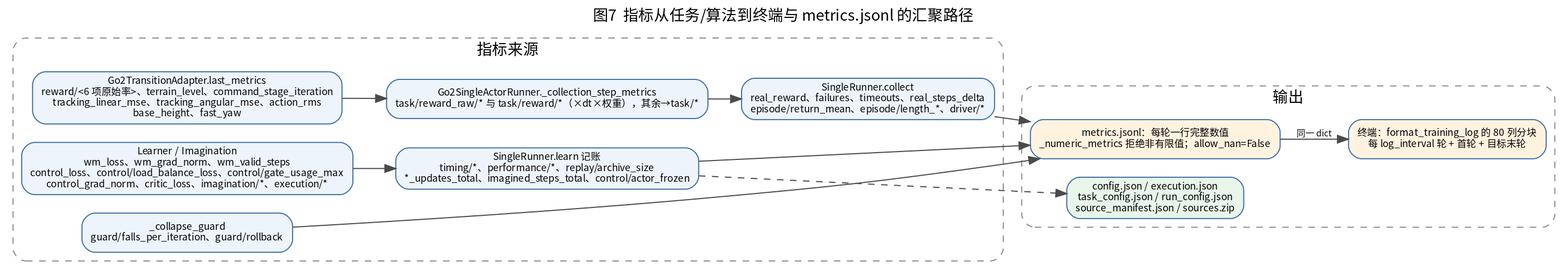
kkmjj0721/quadruped_lab keeps this Graphviz diagram as docs/analysis/figures/07-logging.png. Above is the earlier version. Its source is kept beside it as docs/analysis/figures/07-logging.dot.
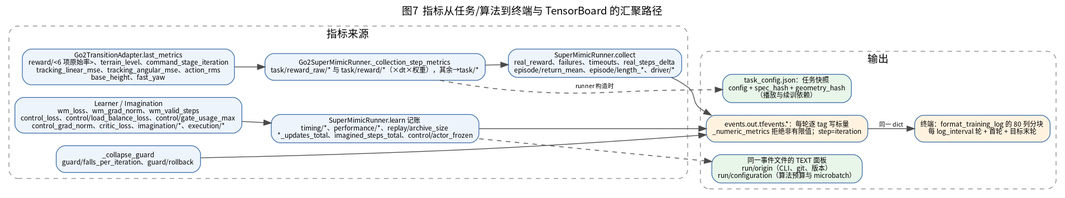
The same file after the commit.

The edit, as a diff of the source:
```diff
@@ -1,24 +1,25 @@
 digraph G {
   graph [rankdir=LR, nodesep=0.24, ranksep=0.40, fontname="Noto Sans CJK SC", fontsize=14,
-         label="图7  指标从任务/算法到终端与 metrics.jsonl 的汇聚路径", labelloc="t"];
+         label="图7  指标从任务/算法到终端与 TensorBoard 的汇聚路径", labelloc="t"];
   node [fontname="Noto Sans CJK SC", fontsize=9, shape=box, style="rounded,filled", fillcolor="#eef4fb", color="#3f6fa8"];
   edge [fontname="Noto Sans CJK SC", fontsize=8, color="#4a4a4a"];
 
   subgraph cluster_src {
     label="指标来源"; style="rounded,dashed"; color="#8a8a8a";
     s1 [label="Go2TransitionAdapter.last_metrics\nreward/<6 项原始率>、terrain_level、command_stage_iteration\ntracking_linear_mse、tracking_angular_mse、action_rms\nbase_height、fast_yaw"];
-    s2 [label="Go2SingleActorRunner._collection_step_metrics\ntask/reward_raw/* 与 task/reward/*（×dt×权重），其余→task/*"];
-    s3 [label="SingleRunner.collect\nreal_reward、failures、timeouts、real_steps_delta\nepisode/return_mean、episode/length_*、driver/*"];
+    s2 [label="Go2SuperMimicRunner._collection_step_metrics\ntask/reward_raw/* 与 task/reward/*（×dt×权重），其余→task/*"];
+    s3 [label="SuperMimicRunner.collect\nreal_reward、failures、timeouts、real_steps_delta\nepisode/return_mean、episode/length_*、driver/*"];
     s4 [label="Learner / Imagination\nwm_loss、wm_grad_norm、wm_valid_steps\ncontrol_loss、control/load_balance_loss、control/gate_usage_max\ncontrol_grad_norm、critic_loss、imagination/*、execution/*"];
-    s5 [label="SingleRunner.learn 记账\ntiming/*、performance/*、replay/archive_size\n*_updates_total、imagined_steps_total、control/actor_frozen"];
+    s5 [label="SuperMimicRunner.learn 记账\ntiming/*、performance/*、replay/archive_size\n*_updates_total、imagined_steps_total、control/actor_frozen"];
     s6 [label="_collapse_guard\nguard/falls_per_iteration、guard/rollback"];
   }
 
   subgraph cluster_sink {
     label="输出"; style="rounded,dashed"; color="#8a8a8a";
-    j1 [label="metrics.jsonl：每轮一行完整数值\n_numeric_metrics 拒绝非有限值；allow_nan=False", fillcolor="#fff3e0"];
+    j1 [label="events.out.tfevents.*：每轮逐 tag 写标量\n_numeric_metrics 拒绝非有限值；step=iteration", fillcolor="#fff3e0"];
     j2 [label="终端：format_training_log 的 80 列分块\n每 log_interval 轮 + 首轮 + 目标末轮", fillcolor="#fff3e0"];
-    j3 [label="config.json / execution.json\ntask_config.json / run_config.json\nsource_manifest.json / sources.zip", fillcolor="#e8f5e9"];
+    j3 [label="同一事件文件的 TEXT 面板\nrun/origin（CLI、git、版本）\nrun/configuration（算法预算与 microbatch）", fillcolor="#e8f5e9"];
+    j4 [label="task_config.json：任务快照\nconfig + spec_hash + geometry_hash\n（播放与续训依赖）", fillcolor="#e8f5e9"];
   }
 
   s1 -> s2 -> s3;
@@ -26,4 +27,5 @@
   s3 -> j1; s5 -> j1; s6 -> j1;
   j1 -> j2 [label="同一 dict"];
   s5 -> j3 [style=dashed];
+  s2 -> j4 [style=dashed, label="runner 构造时"];
 }
```
